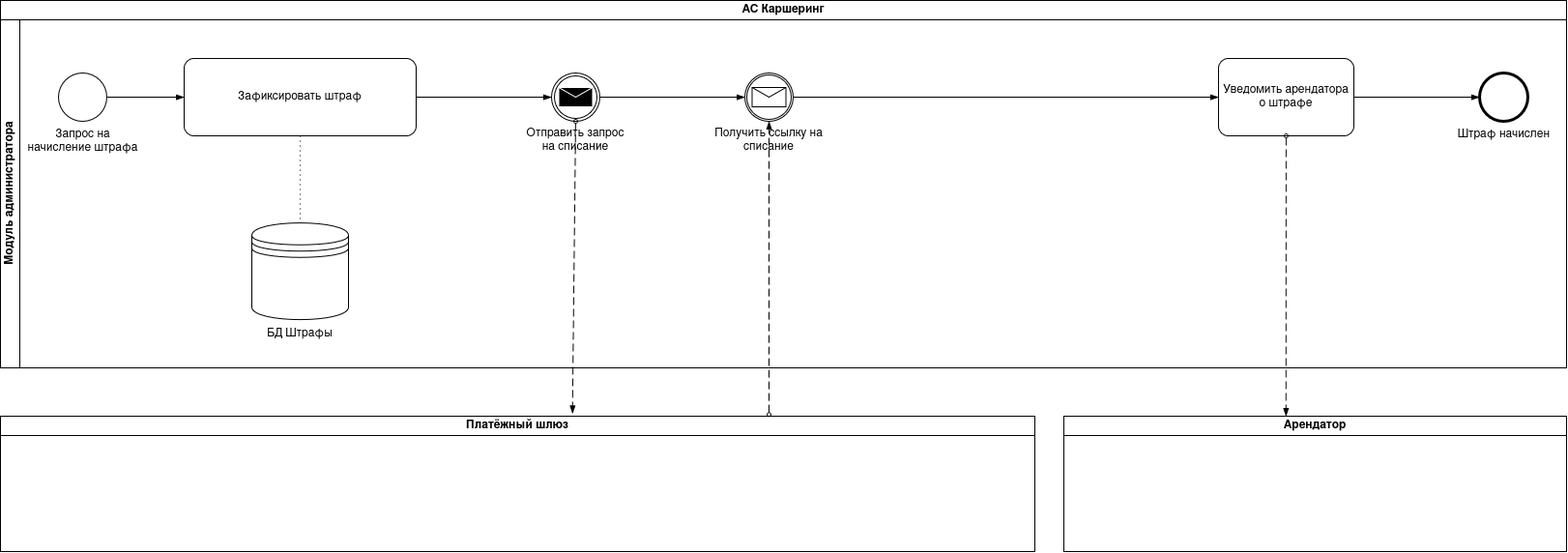
Earlier version of the draw.io export 04-bpmn/BPMN-Начислить штраф.png (maurice-yandex-practicum/IT_Project_Kubrakov). Source tidied: cells renumbered, new cells last; positions are measured from the earlier drawing's top-left corner, leaving out a move shared by most shapes.
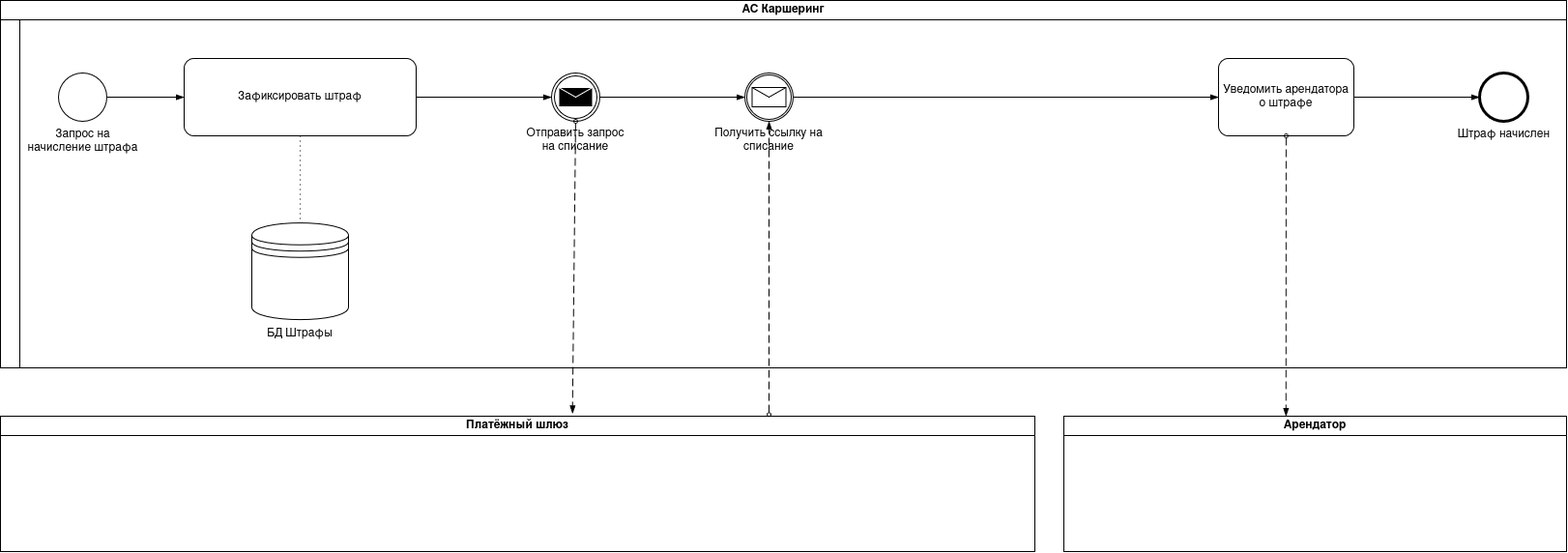
After the change.

Diff of the diagram source:
```diff
@@ -5,7 +5,7 @@
     <mxCell id="2" value="АС Каршеринг" style="swimlane;html=1;horizontal=1;startSize=20;whiteSpace=wrap;" parent="1" vertex="1">
       <mxGeometry width="1620" height="380" as="geometry" />
     </mxCell>
-    <mxCell id="3" value="Модуль администратора" style="swimlane;html=1;startSize=20;horizontal=0;" parent="2" vertex="1">
+    <mxCell id="3" style="swimlane;html=1;startSize=20;horizontal=0;" parent="2" vertex="1">
       <mxGeometry y="20" width="1620" height="360" as="geometry" />
     </mxCell>
     <mxCell id="4" value="Запрос на&lt;br&gt;начисление штрафа" style="shape=mxgraph.bpmn.event;html=1;verticalLabelPosition=bottom;labelBackgroundColor=#ffffff;verticalAlign=top;align=center;perimeter=ellipsePerimeter;outline=standard;symbol=general;labelPerimeter=1;" parent="3" vertex="1">
```
